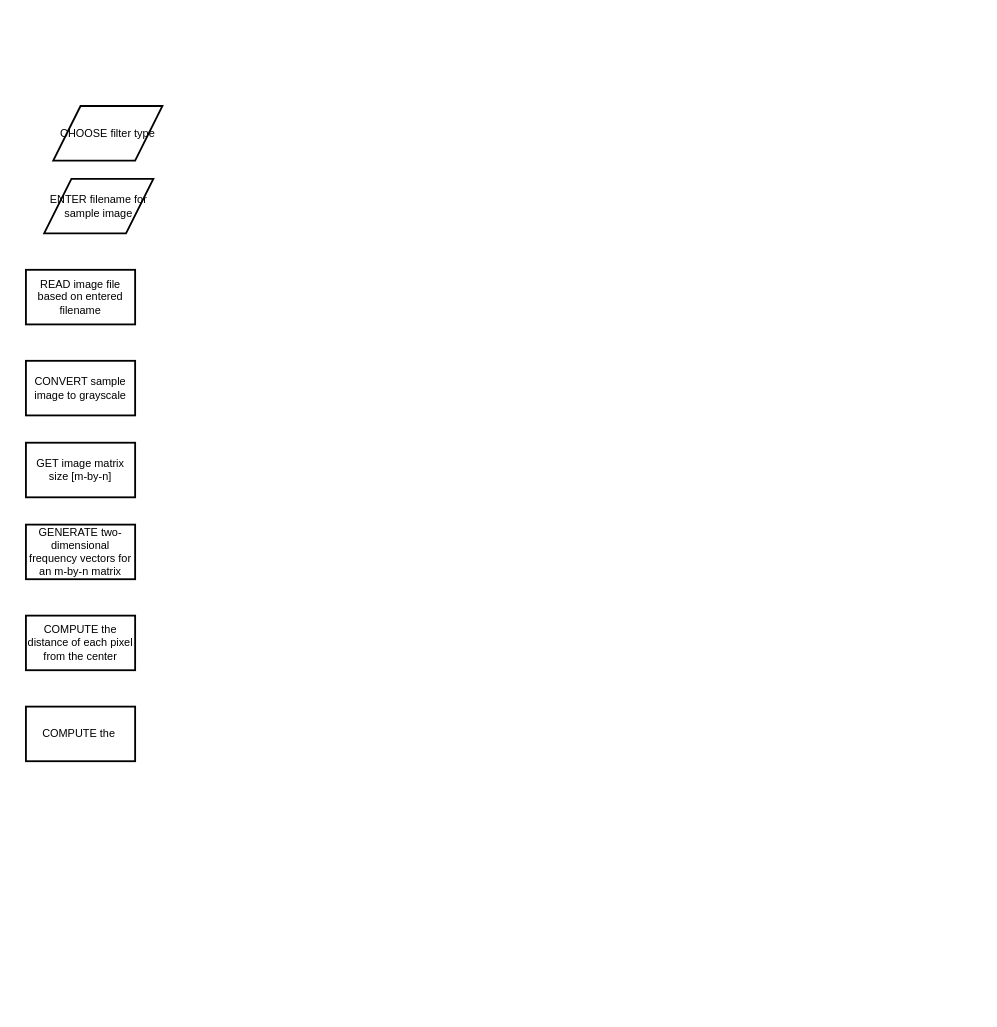
dani-dumalagan/JinBus keeps this draw.io diagram as CpE 3203/Signal Filtering/Filtering Algorithm.drawio. Above is the earlier version. Source tidied: cells renumbered, new cells numbered last; positions are measured from the earlier drawing's top-left corner, leaving out a move shared by most shapes. Both pictures are drawn from the tidied source at 91%, with x=0, y=0 at pixel (25, 106).
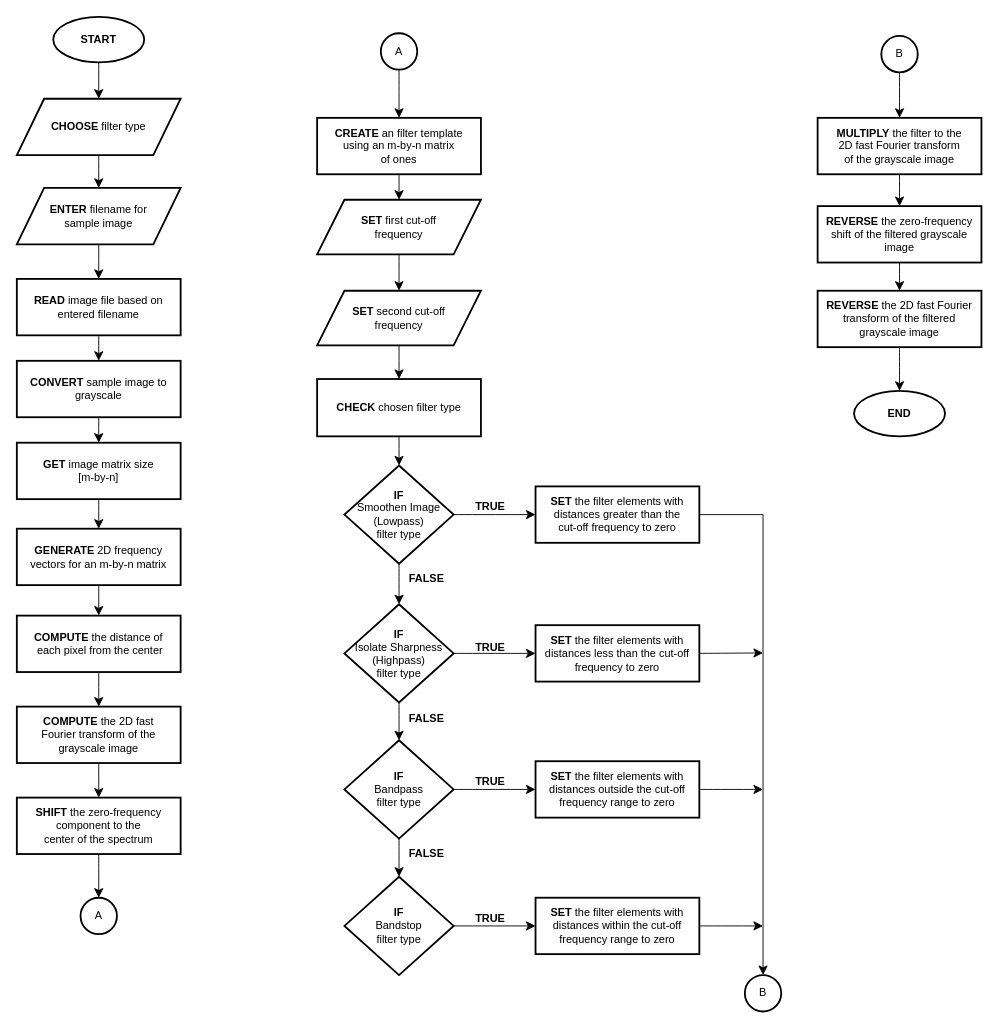
After the change.

Diff of the diagram source:
```diff
@@
+    <mxCell id="10" style="edgeStyle=none;curved=1;rounded=0;jettySize=auto;html=1;exitX=0.5;exitY=1;exitDx=0;exitDy=0;entryX=0.5;entryY=0;entryDx=0;entryDy=0;fontSize=12;startSize=8;endSize=8;" parent="1" edge="1" source="11" target="13">
+      <mxGeometry relative="1" as="geometry" />
+    </mxCell>
+    <mxCell id="11" value="&lt;b&gt;SET &lt;/b&gt;first cut-off &lt;br&gt;frequency" style="shape=parallelogram;perimeter=parallelogramPerimeter;whiteSpace=wrap;html=1;fixedSize=1;strokeWidth=2;size=30;" parent="1" vertex="1">
+      <mxGeometry x="320" y="103" width="180" height="60" as="geometry" />
+    </mxCell>
+    <mxCell id="12" style="edgeStyle=none;curved=1;rounded=0;jettySize=auto;html=1;exitX=0.5;exitY=1;exitDx=0;exitDy=0;entryX=0.5;entryY=0;entryDx=0;entryDy=0;fontSize=12;startSize=8;endSize=8;" parent="1" edge="1" source="13" target="47">
+      <mxGeometry relative="1" as="geometry" />
+    </mxCell>
+    <mxCell id="13" value="&lt;b&gt;SET &lt;/b&gt;second cut-off &lt;br&gt;frequency" style="shape=parallelogram;perimeter=parallelogramPerimeter;whiteSpace=wrap;html=1;fixedSize=1;strokeWidth=2;size=30;" parent="1" vertex="1">
+      <mxGeometry x="320" y="203" width="180" height="60" as="geometry" />
+    </mxCell>
+    <mxCell id="14" style="edgeStyle=none;curved=1;rounded=0;jettySize=auto;html=1;exitX=0.5;exitY=1;exitDx=0;exitDy=0;entryX=0.5;entryY=0;entryDx=0;entryDy=0;fontSize=12;startSize=8;endSize=8;" parent="1" edge="1" source="16" target="50">
+      <mxGeometry relative="1" as="geometry" />
+    </mxCell>
+    <mxCell id="15" style="edgeStyle=none;curved=1;rounded=0;jettySize=auto;html=1;exitX=1;exitY=0.5;exitDx=0;exitDy=0;entryX=0;entryY=0.5;entryDx=0;entryDy=0;fontSize=12;startSize=8;endSize=8;" parent="1" edge="1" source="16" target="18">
+      <mxGeometry relative="1" as="geometry" />
+    </mxCell>
+    <mxCell id="16" value="&lt;b&gt;IF&lt;/b&gt;&lt;br&gt;Smoothen Image (Lowpass)&lt;br&gt;filter type" style="rhombus;whiteSpace=wrap;html=1;strokeWidth=2;" parent="1" vertex="1">
+      <mxGeometry x="350" y="395" width="120" height="108" as="geometry" />
+    </mxCell>
+    <mxCell id="17" style="edgeStyle=orthogonalEdgeStyle;rounded=0;jettySize=auto;html=1;exitX=1;exitY=0.5;exitDx=0;exitDy=0;entryX=0.5;entryY=0;entryDx=0;entryDy=0;fontSize=12;startSize=8;endSize=8;" parent="1" edge="1" source="18" target="59">
+      <mxGeometry relative="1" as="geometry" />
+    </mxCell>
+    <mxCell id="18" value="&lt;b&gt;SET &lt;/b&gt;the filter elements with distances greater than the &lt;br&gt;cut-off frequency to zero" style="rounded=0;whiteSpace=wrap;html=1;strokeWidth=2;" parent="1" vertex="1">
+      <mxGeometry x="560" y="418" width="180" height="62" as="geometry" />
+    </mxCell>
+    <mxCell id="19" style="edgeStyle=none;curved=1;rounded=0;jettySize=auto;html=1;exitX=1;exitY=0.5;exitDx=0;exitDy=0;fontSize=12;startSize=8;endSize=8;" parent="1" edge="1" source="20">
+      <mxGeometry relative="1" as="geometry">
+        <mxPoint x="810" y="751" as="targetPoint" />
+      </mxGeometry>
+    </mxCell>
+    <mxCell id="20" value="&lt;span style=&quot;color: rgb(0, 0, 0); font-family: Helvetica; font-size: 12px; font-style: normal; font-variant-ligatures: normal; font-variant-caps: normal; letter-spacing: normal; orphans: 2; text-align: center; text-indent: 0px; text-transform: none; widows: 2; word-spacing: 0px; -webkit-text-stroke-width: 0px; background-color: rgb(251, 251, 251); text-decoration-thickness: initial; text-decoration-style: initial; text-decoration-color: initial; float: none; display: inline !important;&quot;&gt;&lt;b&gt;SET&lt;/b&gt;&lt;/span&gt;&lt;span style=&quot;color: rgb(0, 0, 0); font-family: Helvetica; font-size: 12px; font-style: normal; font-variant-ligatures: normal; font-variant-caps: normal; font-weight: 400; letter-spacing: normal; orphans: 2; text-align: center; text-indent: 0px; text-transform: none; widows: 2; word-spacing: 0px; -webkit-text-stroke-width: 0px; background-color: rgb(251, 251, 251); text-decoration-thickness: initial; text-decoration-style: initial; text-decoration-color: initial; float: none; display: inline !important;&quot;&gt; the filter elements with distances outside the cut-off frequency range to zero&lt;/span&gt;" style="rounded=0;whiteSpace=wrap;html=1;strokeWidth=2;" parent="1" vertex="1">
+      <mxGeometry x="560" y="720" width="180" height="62" as="geometry" />
+    </mxCell>
+    <mxCell id="21" style="edgeStyle=none;curved=1;rounded=0;jettySize=auto;html=1;exitX=1;exitY=0.5;exitDx=0;exitDy=0;fontSize=12;startSize=8;endSize=8;" parent="1" edge="1" source="22">
+      <mxGeometry relative="1" as="geometry">
+        <mxPoint x="810" y="901" as="targetPoint" />
+      </mxGeometry>
+    </mxCell>
+    <mxCell id="22" value="&lt;span style=&quot;color: rgb(0, 0, 0); font-family: Helvetica; font-size: 12px; font-style: normal; font-variant-ligatures: normal; font-variant-caps: normal; letter-spacing: normal; orphans: 2; text-align: center; text-indent: 0px; text-transform: none; widows: 2; word-spacing: 0px; -webkit-text-stroke-width: 0px; background-color: rgb(251, 251, 251); text-decoration-thickness: initial; text-decoration-style: initial; text-decoration-color: initial; float: none; display: inline !important;&quot;&gt;&lt;b&gt;SET &lt;/b&gt;&lt;/span&gt;&lt;span style=&quot;color: rgb(0, 0, 0); font-family: Helvetica; font-size: 12px; font-style: normal; font-variant-ligatures: normal; font-variant-caps: normal; font-weight: 400; letter-spacing: normal; orphans: 2; text-align: center; text-indent: 0px; text-transform: none; widows: 2; word-spacing: 0px; -webkit-text-stroke-width: 0px; background-color: rgb(251, 251, 251); text-decoration-thickness: initial; text-decoration-style: initial; text-decoration-color: initial; float: none; display: inline !important;&quot;&gt;the filter elements with distances within the cut-off frequency range to zero&lt;/span&gt;" style="rounded=0;whiteSpace=wrap;html=1;strokeWidth=2;" parent="1" vertex="1">
+      <mxGeometry x="560" y="870" width="180" height="62" as="geometry" />
+    </mxCell>
+    <mxCell id="23" style="edgeStyle=none;curved=1;rounded=0;jettySize=auto;html=1;exitX=0.5;exitY=1;exitDx=0;exitDy=0;fontSize=12;startSize=8;endSize=8;" parent="1" edge="1" source="24" target="26">
+      <mxGeometry relative="1" as="geometry" />
+    </mxCell>
+    <mxCell id="24" value="&lt;b&gt;REVERSE&lt;/b&gt; the zero-frequency shift of the filtered grayscale image" style="rounded=0;whiteSpace=wrap;html=1;strokeWidth=2;" parent="1" vertex="1">
+      <mxGeometry x="870" y="110" width="180" height="62" as="geometry" />
+    </mxCell>
+    <mxCell id="25" style="edgeStyle=none;curved=1;rounded=0;jettySize=auto;html=1;exitX=0.5;exitY=1;exitDx=0;exitDy=0;fontSize=12;startSize=8;endSize=8;" parent="1" edge="1" source="26" target="45">
+      <mxGeometry relative="1" as="geometry" />
+    </mxCell>
+    <mxCell id="26" value="&lt;b&gt;REVERSE&lt;/b&gt; the 2D fast Fourier transform of the filtered grayscale image" style="rounded=0;whiteSpace=wrap;html=1;strokeWidth=2;" parent="1" vertex="1">
+      <mxGeometry x="870" y="203" width="180" height="62" as="geometry" />
+    </mxCell>
+    <mxCell id="27" style="edgeStyle=none;curved=1;rounded=0;jettySize=auto;html=1;exitX=1;exitY=0.5;exitDx=0;exitDy=0;fontSize=12;startSize=8;endSize=8;" parent="1" edge="1" source="28">
+      <mxGeometry relative="1" as="geometry">
+        <mxPoint x="810" y="601" as="targetPoint" />
+      </mxGeometry>
+    </mxCell>
+    <mxCell id="28" value="&lt;b&gt;SET&lt;/b&gt; the filter elements with distances less than the cut-off frequency to zero" style="rounded=0;whiteSpace=wrap;html=1;strokeWidth=2;" parent="1" vertex="1">
+      <mxGeometry x="560" y="570.5" width="180" height="62" as="geometry" />
+    </mxCell>
+    <mxCell id="29" style="edgeStyle=none;curved=1;rounded=0;jettySize=auto;html=1;exitX=0.5;exitY=1;exitDx=0;exitDy=0;fontSize=12;startSize=8;endSize=8;" parent="1" edge="1" source="30" target="24">
+      <mxGeometry relative="1" as="geometry" />
+    </mxCell>
+    <mxCell id="30" value="&lt;b&gt;MULTIPLY&lt;/b&gt; the filter to the &lt;br&gt;2D fast Fourier transform &lt;br&gt;of the grayscale image" style="rounded=0;whiteSpace=wrap;html=1;strokeWidth=2;" parent="1" vertex="1">
+      <mxGeometry x="870" y="13" width="180" height="62" as="geometry" />
+    </mxCell>
+    <mxCell id="31" style="edgeStyle=none;curved=1;rounded=0;jettySize=auto;html=1;exitX=0.5;exitY=1;exitDx=0;exitDy=0;entryX=0.5;entryY=0;entryDx=0;entryDy=0;fontSize=12;startSize=8;endSize=8;" parent="1" edge="1" source="2" target="3">
+      <mxGeometry relative="1" as="geometry" />
+    </mxCell>
-    <mxCell id="2" value="CHOOSE filter type" style="shape=parallelogram;perimeter=parallelogramPerimeter;whiteSpace=wrap;html=1;fixedSize=1;strokeWidth=2;size=30;" parent="1" vertex="1">
-      <mxGeometry x="30" width="120" height="60" as="geometry" />
+    <mxCell id="2" value="&lt;b&gt;CHOOSE &lt;/b&gt;filter type" style="shape=parallelogram;perimeter=parallelogramPerimeter;whiteSpace=wrap;html=1;fixedSize=1;strokeWidth=2;size=30;" parent="1" vertex="1">
+      <mxGeometry x="-10" y="-8" width="180" height="62" as="geometry" />
     </mxCell>
+    <mxCell id="32" style="edgeStyle=none;curved=1;rounded=0;jettySize=auto;html=1;exitX=0.5;exitY=1;exitDx=0;exitDy=0;entryX=0.5;entryY=0;entryDx=0;entryDy=0;fontSize=12;startSize=8;endSize=8;" parent="1" edge="1" source="3" target="4">
+      <mxGeometry relative="1" as="geometry" />
+    </mxCell>
-    <mxCell id="3" value="ENTER filename for sample image" style="shape=parallelogram;perimeter=parallelogramPerimeter;whiteSpace=wrap;html=1;fixedSize=1;strokeWidth=2;size=30;" parent="1" vertex="1">
-      <mxGeometry x="20" y="80" width="120" height="60" as="geometry" />
+    <mxCell id="3" value="&lt;b&gt;ENTER &lt;/b&gt;filename for &lt;br&gt;sample image" style="shape=parallelogram;perimeter=parallelogramPerimeter;whiteSpace=wrap;html=1;fixedSize=1;strokeWidth=2;size=30;" parent="1" vertex="1">
+      <mxGeometry x="-10" y="90" width="180" height="62" as="geometry" />
     </mxCell>
+    <mxCell id="33" style="edgeStyle=none;curved=1;rounded=0;jettySize=auto;html=1;exitX=0.5;exitY=1;exitDx=0;exitDy=0;entryX=0.5;entryY=0;entryDx=0;entryDy=0;fontSize=12;startSize=8;endSize=8;" parent="1" edge="1" source="4" target="5">
+      <mxGeometry relative="1" as="geometry" />
+    </mxCell>
-    <mxCell id="4" value="READ image file based on entered filename" style="rounded=0;whiteSpace=wrap;html=1;strokeWidth=2;" parent="1" vertex="1">
-      <mxGeometry y="180" width="120" height="60" as="geometry" />
+    <mxCell id="4" value="&lt;b&gt;READ &lt;/b&gt;image file based on entered filename" style="rounded=0;whiteSpace=wrap;html=1;strokeWidth=2;" parent="1" vertex="1">
+      <mxGeometry x="-10" y="190" width="180" height="62" as="geometry" />
     </mxCell>
+    <mxCell id="34" style="edgeStyle=none;curved=1;rounded=0;jettySize=auto;html=1;exitX=0.5;exitY=1;exitDx=0;exitDy=0;entryX=0.5;entryY=0;entryDx=0;entryDy=0;fontSize=12;startSize=8;endSize=8;" parent="1" edge="1" source="5" target="6">
+      <mxGeometry relative="1" as="geometry" />
+    </mxCell>
-    <mxCell id="5" value="CONVERT sample image to grayscale" style="rounded=0;whiteSpace=wrap;html=1;strokeWidth=2;" parent="1" vertex="1">
-      <mxGeometry y="280" width="120" height="60" as="geometry" />
+    <mxCell id="5" value="&lt;b&gt;CONVERT &lt;/b&gt;sample image to grayscale" style="rounded=0;whiteSpace=wrap;html=1;strokeWidth=2;" parent="1" vertex="1">
+      <mxGeometry x="-10" y="280" width="180" height="62" as="geometry" />
     </mxCell>
+    <mxCell id="35" style="edgeStyle=none;curved=1;rounded=0;jettySize=auto;html=1;exitX=0.5;exitY=1;exitDx=0;exitDy=0;entryX=0.5;entryY=0;entryDx=0;entryDy=0;fontSize=12;startSize=8;endSize=8;" parent="1" edge="1" source="6" target="7">
+      <mxGeometry relative="1" as="geometry" />
+    </mxCell>
-    <mxCell id="6" value="GET image matrix size [m-by-n]" style="rounded=0;whiteSpace=wrap;html=1;strokeWidth=2;" parent="1" vertex="1">
-      <mxGeometry y="370" width="120" height="60" as="geometry" />
+    <mxCell id="6" value="&lt;b&gt;GET &lt;/b&gt;image matrix size &lt;br&gt;[m-by-n]" style="rounded=0;whiteSpace=wrap;html=1;strokeWidth=2;" parent="1" vertex="1">
+      <mxGeometry x="-10" y="370" width="180" height="62" as="geometry" />
     </mxCell>
+    <mxCell id="36" style="edgeStyle=none;curved=1;rounded=0;jettySize=auto;html=1;exitX=0.5;exitY=1;exitDx=0;exitDy=0;entryX=0.5;entryY=0;entryDx=0;entryDy=0;fontSize=12;startSize=8;endSize=8;" parent="1" edge="1" source="7" target="8">
+      <mxGeometry relative="1" as="geometry" />
+    </mxCell>
-    <mxCell id="7" value="GENERATE two-dimensional frequency vectors for an m-by-n matrix" style="rounded=0;whiteSpace=wrap;html=1;strokeWidth=2;" parent="1" vertex="1">
-      <mxGeometry y="460" width="120" height="60" as="geometry" />
+    <mxCell id="7" value="&lt;b&gt;GENERATE &lt;/b&gt;2D frequency vectors for an m-by-n matrix" style="rounded=0;whiteSpace=wrap;html=1;strokeWidth=2;" parent="1" vertex="1">
+      <mxGeometry x="-10" y="464.5" width="180" height="62" as="geometry" />
     </mxCell>
+    <mxCell id="37" style="edgeStyle=none;curved=1;rounded=0;jettySize=auto;html=1;exitX=0.5;exitY=1;exitDx=0;exitDy=0;entryX=0.5;entryY=0;entryDx=0;entryDy=0;fontSize=12;startSize=8;endSize=8;" parent="1" edge="1" source="8" target="9">
+      <mxGeometry relative="1" as="geometry" />
+    </mxCell>
-    <mxCell id="8" value="COMPUTE the distance of each pixel from the center" style="rounded=0;whiteSpace=wrap;html=1;strokeWidth=2;" parent="1" vertex="1">
-      <mxGeometry y="560" width="120" height="60" as="geometry" />
+    <mxCell id="8" value="&lt;b&gt;COMPUTE &lt;/b&gt;the distance of&lt;br&gt;&amp;nbsp;each pixel from the center" style="rounded=0;whiteSpace=wrap;html=1;strokeWidth=2;" parent="1" vertex="1">
+      <mxGeometry x="-10" y="560" width="180" height="62" as="geometry" />
     </mxCell>
+    <mxCell id="38" style="edgeStyle=none;curved=1;rounded=0;jettySize=auto;html=1;exitX=0.5;exitY=1;exitDx=0;exitDy=0;fontSize=12;startSize=8;endSize=8;" parent="1" edge="1" source="9" target="40">
+      <mxGeometry relative="1" as="geometry" />
+    </mxCell>
-    <mxCell id="9" value="COMPUTE the&amp;nbsp;" style="rounded=0;whiteSpace=wrap;html=1;strokeWidth=2;" parent="1" vertex="1">
-      <mxGeometry y="660" width="120" height="60" as="geometry" />
+    <mxCell id="9" value="&lt;b&gt;COMPUTE &lt;/b&gt;the 2D fast &lt;br&gt;Fourier transform of the grayscale image" style="rounded=0;whiteSpace=wrap;html=1;strokeWidth=2;" parent="1" vertex="1">
+      <mxGeometry x="-10" y="660" width="180" height="62" as="geometry" />
     </mxCell>
+    <mxCell id="39" style="edgeStyle=none;curved=1;rounded=0;jettySize=auto;html=1;exitX=0.5;exitY=1;exitDx=0;exitDy=0;fontSize=12;startSize=8;endSize=8;" parent="1" edge="1" source="40" target="56">
+      <mxGeometry relative="1" as="geometry" />
+    </mxCell>
+    <mxCell id="40" value="&lt;b&gt;SHIFT &lt;/b&gt;the zero-frequency component to the &lt;br&gt;center of the spectrum" style="rounded=0;whiteSpace=wrap;html=1;strokeWidth=2;" parent="1" vertex="1">
+      <mxGeometry x="-10" y="760" width="180" height="62" as="geometry" />
+    </mxCell>
+    <mxCell id="41" style="edgeStyle=none;curved=1;rounded=0;jettySize=auto;html=1;exitX=0.5;exitY=1;exitDx=0;exitDy=0;entryX=0.5;entryY=0;entryDx=0;entryDy=0;fontSize=12;startSize=8;endSize=8;" parent="1" edge="1" source="42" target="11">
+      <mxGeometry relative="1" as="geometry" />
+    </mxCell>
+    <mxCell id="42" value="&lt;b&gt;CREATE &lt;/b&gt;an filter template &lt;br&gt;using an m-by-n matrix &lt;br&gt;of ones" style="rounded=0;whiteSpace=wrap;html=1;strokeWidth=2;" parent="1" vertex="1">
+      <mxGeometry x="320" y="13" width="180" height="62" as="geometry" />
+    </mxCell>
+    <mxCell id="43" style="edgeStyle=none;curved=1;rounded=0;jettySize=auto;html=1;exitX=0.5;exitY=1;exitDx=0;exitDy=0;exitPerimeter=0;fontSize=12;startSize=8;endSize=8;" parent="1" edge="1" source="44" target="2">
+      <mxGeometry relative="1" as="geometry" />
+    </mxCell>
+    <mxCell id="44" value="START" style="strokeWidth=2;html=1;shape=mxgraph.flowchart.start_1;whiteSpace=wrap;fontSize=12;fontStyle=1;" parent="1" vertex="1">
+      <mxGeometry x="30" y="-98" width="100" height="50" as="geometry" />
+    </mxCell>
+    <mxCell id="45" value="END" style="strokeWidth=2;html=1;shape=mxgraph.flowchart.start_1;whiteSpace=wrap;fontSize=12;fontStyle=1;" parent="1" vertex="1">
+      <mxGeometry x="910" y="313" width="100" height="50" as="geometry" />
+    </mxCell>
+    <mxCell id="46" style="edgeStyle=none;curved=1;rounded=0;jettySize=auto;html=1;exitX=0.5;exitY=1;exitDx=0;exitDy=0;entryX=0.5;entryY=0;entryDx=0;entryDy=0;fontSize=12;startSize=8;endSize=8;" parent="1" edge="1" source="47" target="16">
+      <mxGeometry relative="1" as="geometry" />
+    </mxCell>
+    <mxCell id="47" value="&lt;b style=&quot;border-color: var(--border-color);&quot;&gt;CHECK&amp;nbsp;&lt;/b&gt;chosen filter type" style="rounded=0;whiteSpace=wrap;html=1;strokeWidth=2;" parent="1" vertex="1">
+      <mxGeometry x="320" y="300" width="180" height="63" as="geometry" />
+    </mxCell>
+    <mxCell id="48" style="edgeStyle=none;curved=1;rounded=0;jettySize=auto;html=1;exitX=0.5;exitY=1;exitDx=0;exitDy=0;entryX=0.5;entryY=0;entryDx=0;entryDy=0;fontSize=12;startSize=8;endSize=8;" parent="1" edge="1" source="50" target="53">
+      <mxGeometry relative="1" as="geometry" />
+    </mxCell>
+    <mxCell id="49" style="edgeStyle=none;curved=1;rounded=0;jettySize=auto;html=1;exitX=1;exitY=0.5;exitDx=0;exitDy=0;entryX=0;entryY=0.5;entryDx=0;entryDy=0;fontSize=12;startSize=8;endSize=8;" parent="1" edge="1" source="50" target="28">
+      <mxGeometry relative="1" as="geometry" />
+    </mxCell>
+    <mxCell id="50" value="&lt;b&gt;IF&lt;/b&gt;&lt;br&gt;Isolate Sharpness (Highpass)&lt;br&gt;filter type" style="rhombus;whiteSpace=wrap;html=1;strokeWidth=2;" parent="1" vertex="1">
+      <mxGeometry x="350" y="547.5" width="120" height="108" as="geometry" />
+    </mxCell>
+    <mxCell id="51" style="edgeStyle=none;curved=1;rounded=0;jettySize=auto;html=1;exitX=0.5;exitY=1;exitDx=0;exitDy=0;entryX=0.5;entryY=0;entryDx=0;entryDy=0;fontSize=12;startSize=8;endSize=8;" parent="1" edge="1" source="53" target="55">
+      <mxGeometry relative="1" as="geometry" />
+    </mxCell>
+    <mxCell id="52" style="edgeStyle=none;curved=1;rounded=0;jettySize=auto;html=1;exitX=1;exitY=0.5;exitDx=0;exitDy=0;fontSize=12;startSize=8;endSize=8;" parent="1" edge="1" source="53" target="20">
+      <mxGeometry relative="1" as="geometry" />
+    </mxCell>
+    <mxCell id="53" value="&lt;b&gt;IF&lt;/b&gt;&lt;br&gt;Bandpass&lt;br&gt;filter type" style="rhombus;whiteSpace=wrap;html=1;strokeWidth=2;" parent="1" vertex="1">
+      <mxGeometry x="350" y="697" width="120" height="108" as="geometry" />
+    </mxCell>
+    <mxCell id="54" style="edgeStyle=none;curved=1;rounded=0;jettySize=auto;html=1;exitX=1;exitY=0.5;exitDx=0;exitDy=0;fontSize=12;startSize=8;endSize=8;" parent="1" edge="1" source="55" target="22">
+      <mxGeometry relative="1" as="geometry" />
+    </mxCell>
+    <mxCell id="55" value="&lt;b&gt;IF&lt;/b&gt;&lt;br&gt;Bandstop&lt;br&gt;filter type" style="rhombus;whiteSpace=wrap;html=1;strokeWidth=2;" parent="1" vertex="1">
+      <mxGeometry x="350" y="847" width="120" height="108" as="geometry" />
+    </mxCell>
+    <mxCell id="56" value="A" style="ellipse;whiteSpace=wrap;html=1;fontSize=12;strokeWidth=2;" parent="1" vertex="1">
+      <mxGeometry x="60" y="870" width="40" height="40" as="geometry" />
+    </mxCell>
+    <mxCell id="57" style="edgeStyle=none;curved=1;rounded=0;jettySize=auto;html=1;exitX=0.5;exitY=1;exitDx=0;exitDy=0;entryX=0.5;entryY=0;entryDx=0;entryDy=0;fontSize=12;startSize=8;endSize=8;" parent="1" edge="1" source="58" target="42">
+      <mxGeometry relative="1" as="geometry" />
+    </mxCell>
+    <mxCell id="58" value="A" style="ellipse;whiteSpace=wrap;html=1;fontSize=12;strokeWidth=2;" parent="1" vertex="1">
+      <mxGeometry x="390" y="-80" width="40" height="40" as="geometry" />
+    </mxCell>
+    <mxCell id="59" value="B" style="ellipse;whiteSpace=wrap;html=1;fontSize=12;strokeWidth=2;" parent="1" vertex="1">
+      <mxGeometry x="790" y="955" width="40" height="40" as="geometry" />
+    </mxCell>
+    <mxCell id="60" style="edgeStyle=none;curved=1;rounded=0;jettySize=auto;html=1;exitX=0.5;exitY=1;exitDx=0;exitDy=0;fontSize=12;startSize=8;endSize=8;" parent="1" edge="1" source="61" target="30">
+      <mxGeometry relative="1" as="geometry" />
+    </mxCell>
+    <mxCell id="61" value="B" style="ellipse;whiteSpace=wrap;html=1;fontSize=12;strokeWidth=2;" parent="1" vertex="1">
+      <mxGeometry x="940" y="-77" width="40" height="40" as="geometry" />
+    </mxCell>
+    <mxCell id="62" value="&lt;font style=&quot;font-size: 12px;&quot;&gt;&lt;b&gt;TRUE&lt;/b&gt;&lt;/font&gt;" style="text;html=1;align=center;verticalAlign=middle;strokeColor=none;fillColor=none;fontSize=16;" parent="1" vertex="1">
+      <mxGeometry x="480" y="423" width="60" height="30" as="geometry" />
+    </mxCell>
+    <mxCell id="63" value="&lt;font style=&quot;font-size: 12px;&quot;&gt;&lt;b&gt;TRUE&lt;/b&gt;&lt;/font&gt;" style="text;html=1;align=center;verticalAlign=middle;strokeColor=none;fillColor=none;fontSize=16;" parent="1" vertex="1">
+      <mxGeometry x="480" y="577.5" width="60" height="30" as="geometry" />
+    </mxCell>
+    <mxCell id="64" value="&lt;font style=&quot;font-size: 12px;&quot;&gt;&lt;b&gt;TRUE&lt;/b&gt;&lt;/font&gt;" style="text;html=1;align=center;verticalAlign=middle;strokeColor=none;fillColor=none;fontSize=16;" parent="1" vertex="1">
+      <mxGeometry x="480" y="726" width="60" height="30" as="geometry" />
+    </mxCell>
+    <mxCell id="65" value="&lt;font style=&quot;font-size: 12px;&quot;&gt;&lt;b&gt;TRUE&lt;/b&gt;&lt;/font&gt;" style="text;html=1;align=center;verticalAlign=middle;strokeColor=none;fillColor=none;fontSize=16;" parent="1" vertex="1">
+      <mxGeometry x="480" y="876" width="60" height="30" as="geometry" />
+    </mxCell>
+    <mxCell id="66" value="&lt;font style=&quot;font-size: 12px;&quot;&gt;&lt;b&gt;FALSE&lt;/b&gt;&lt;/font&gt;" style="text;html=1;align=center;verticalAlign=middle;strokeColor=none;fillColor=none;fontSize=16;" parent="1" vertex="1">
+      <mxGeometry x="410" y="805" width="60" height="30" as="geometry" />
+    </mxCell>
+    <mxCell id="67" value="&lt;font style=&quot;font-size: 12px;&quot;&gt;&lt;b&gt;FALSE&lt;/b&gt;&lt;/font&gt;" style="text;html=1;align=center;verticalAlign=middle;strokeColor=none;fillColor=none;fontSize=16;" parent="1" vertex="1">
+      <mxGeometry x="410" y="655.5" width="60" height="30" as="geometry" />
+    </mxCell>
+    <mxCell id="68" value="&lt;font style=&quot;font-size: 12px;&quot;&gt;&lt;b&gt;FALSE&lt;/b&gt;&lt;/font&gt;" style="text;html=1;align=center;verticalAlign=middle;strokeColor=none;fillColor=none;fontSize=16;" parent="1" vertex="1">
+      <mxGeometry x="410" y="503" width="60" height="30" as="geometry" />
+    </mxCell>
```
